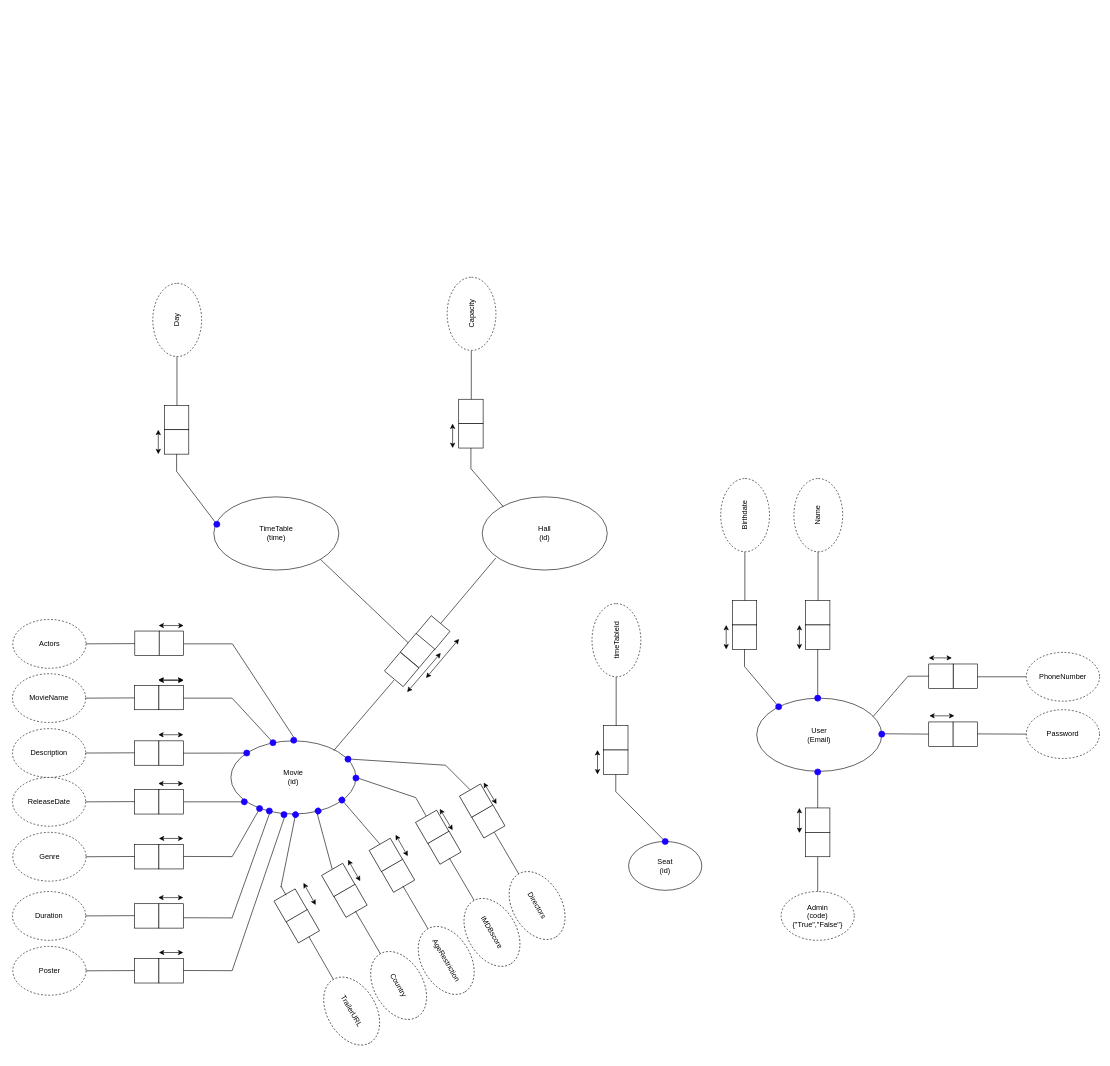
Before: ORM/cliMAX-ORM.drawio in Eduart2001/LINFO1212-2022-PF07, a draw.io diagram. Source tidied: cells renumbered, new cells numbered last; positions are measured from the earlier drawing's top-left corner, leaving out a move shared by most shapes. Both pictures are drawn from the tidied source at 61%, with x=0, y=0 at pixel (12, 289).
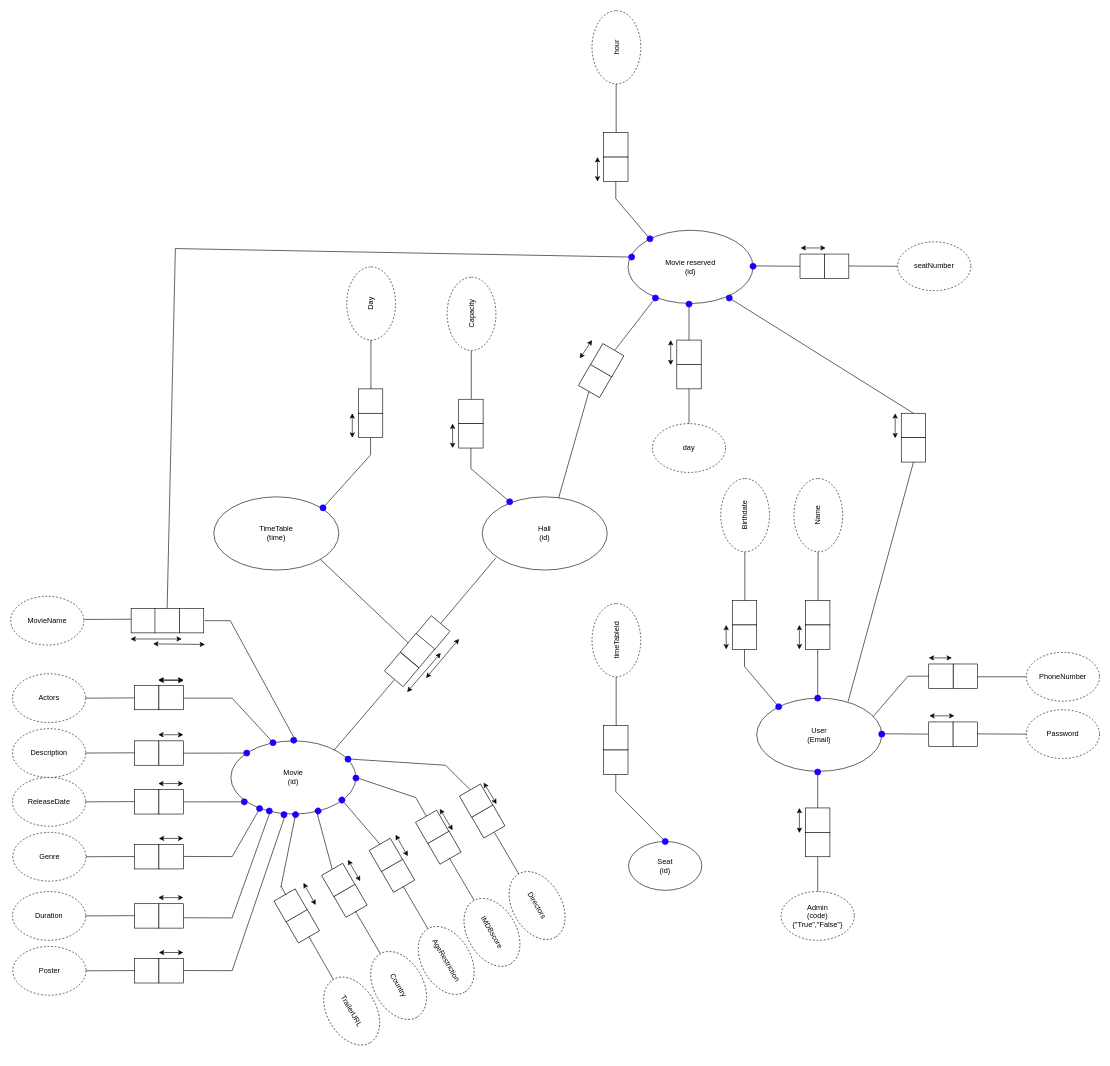
The same diagram, later.

The change refers to these unchanged cells:
```xml
<mxCell id="72" value="Hall&lt;br&gt;(id)" style="ellipse;whiteSpace=wrap;html=1;" parent="1" vertex="1">
  <mxGeometry x="770" y="340" width="205" height="120" as="geometry" />
</mxCell>
<mxCell id="73" value="User&lt;br&gt;(Email)" style="ellipse;whiteSpace=wrap;html=1;" parent="1" vertex="1">
  <mxGeometry x="1220" y="670" width="205" height="120" as="geometry" />
</mxCell>
<mxCell id="145" style="ellipse;whiteSpace=wrap;html=1;fillColor=#1900FF;strokeColor=#1900FF;" parent="1" vertex="1">
  <mxGeometry x="456" y="734" width="10" height="10" as="geometry" />
</mxCell>
```

Change to the diagram source:
```diff
@@
-    <mxCell id="12" value="MovieName" style="ellipse;whiteSpace=wrap;html=1;dashed=1;" parent="1" vertex="1">
+    <mxCell id="12" value="Actors" style="ellipse;whiteSpace=wrap;html=1;dashed=1;" parent="1" vertex="1">
       <mxGeometry y="630" width="120" height="80" as="geometry" />
     </mxCell>
@@
-    <mxCell id="120" style="endArrow=none;html=1;rounded=0;startArrow=none;" parent="1" edge="1">
+    <mxCell id="120" style="endArrow=none;html=1;rounded=0;startArrow=none;" parent="1" edge="1" source="243">
       <mxGeometry relative="1" as="geometry">
-        <mxPoint x="804.5" y="356" as="sourcePoint" />
         <mxPoint x="751.5" y="293.8" as="targetPoint" />
       </mxGeometry>
     </mxCell>
@@
     <mxCell id="136" style="endArrow=none;html=1;rounded=0;" parent="1" edge="1">
       <mxGeometry relative="1" as="geometry">
-        <mxPoint x="360.5" y="581" as="sourcePoint" />
-        <mxPoint x="280.5" y="581" as="targetPoint" />
+        <mxPoint x="357" y="543" as="sourcePoint" />
+        <mxPoint x="315" y="543" as="targetPoint" />
       </mxGeometry>
     </mxCell>
-    <mxCell id="137" style="group;" parent="1" vertex="1">
-      <mxGeometry x="200.5" y="560" width="80" height="40" as="geometry" />
-    </mxCell>
-    <mxCell id="138" style="rounded=0;whiteSpace=wrap;html=1;" parent="137" vertex="1">
-      <mxGeometry width="40" height="40" as="geometry" />
-    </mxCell>
-    <mxCell id="139" style="rounded=0;whiteSpace=wrap;html=1;" parent="137" vertex="1">
-      <mxGeometry x="40" width="40" height="40" as="geometry" />
-    </mxCell>
-    <mxCell id="140" value="Actors" style="ellipse;whiteSpace=wrap;html=1;dashed=1;" parent="1" vertex="1">
-      <mxGeometry x="0.5" y="541" width="120" height="80" as="geometry" />
+    <mxCell id="140" value="MovieName" style="ellipse;whiteSpace=wrap;html=1;dashed=1;" parent="1" vertex="1">
+      <mxGeometry x="-3" y="503" width="120" height="80" as="geometry" />
     </mxCell>
     <mxCell id="141" style="endArrow=none;html=1;rounded=0;" parent="1" edge="1">
       <mxGeometry relative="1" as="geometry">
-        <mxPoint x="200.5" y="580.6" as="sourcePoint" />
-        <mxPoint x="120.5" y="581" as="targetPoint" />
+        <mxPoint x="198" y="540.6" as="sourcePoint" />
+        <mxPoint x="118" y="541" as="targetPoint" />
       </mxGeometry>
     </mxCell>
     <mxCell id="142" style="endArrow=none;html=1;rounded=0;startArrow=none;exitX=0.5;exitY=0;exitDx=0;exitDy=0;" parent="1" edge="1" source="145">
       <mxGeometry relative="1" as="geometry">
-        <mxPoint x="360.5" y="581" as="targetPoint" />
+        <mxPoint x="357" y="543" as="targetPoint" />
       </mxGeometry>
     </mxCell>
-    <mxCell id="143" style="endArrow=classic;startArrow=classic;html=1;rounded=0;" parent="1" edge="1">
-      <mxGeometry relative="1" as="geometry">
-        <mxPoint x="239.5" y="551" as="sourcePoint" />
-        <mxPoint x="280.5" y="551" as="targetPoint" />
-      </mxGeometry>
-    </mxCell>
@@
-    <mxCell id="178" style="endArrow=classic;startArrow=classic;html=1;rounded=0;" parent="1" edge="1">
-      <mxGeometry relative="1" as="geometry">
-        <mxPoint x="959" y="795" as="sourcePoint" />
-        <mxPoint x="959" y="755" as="targetPoint" />
-      </mxGeometry>
-    </mxCell>
@@
     <mxCell id="184" style="group;rotation=90;" parent="1" vertex="1">
-      <mxGeometry x="229" y="210" width="80" height="40" as="geometry" />
+      <mxGeometry x="547" y="183" width="80" height="40" as="geometry" />
     </mxCell>
@@
     <mxCell id="187" style="endArrow=none;html=1;rounded=0;entryX=0;entryY=0.5;entryDx=0;entryDy=0;exitX=1;exitY=0.5;exitDx=0;exitDy=0;" parent="1" edge="1">
       <mxGeometry relative="1" as="geometry">
-        <mxPoint x="269.6" y="190" as="sourcePoint" />
-        <mxPoint x="269.6" y="110" as="targetPoint" />
+        <mxPoint x="587.6" y="163" as="sourcePoint" />
+        <mxPoint x="587.6" y="83" as="targetPoint" />
       </mxGeometry>
     </mxCell>
     <mxCell id="188" style="endArrow=classic;startArrow=classic;html=1;rounded=0;" parent="1" edge="1">
       <mxGeometry relative="1" as="geometry">
-        <mxPoint x="239" y="270" as="sourcePoint" />
-        <mxPoint x="239" y="230" as="targetPoint" />
+        <mxPoint x="557" y="243" as="sourcePoint" />
+        <mxPoint x="557" y="203" as="targetPoint" />
       </mxGeometry>
     </mxCell>
     <mxCell id="189" value="Day" style="ellipse;whiteSpace=wrap;html=1;rotation=-90;dashed=1;" parent="1" vertex="1">
-      <mxGeometry x="210" y="10" width="120" height="80" as="geometry" />
+      <mxGeometry x="528" y="-17" width="120" height="80" as="geometry" />
     </mxCell>
     <mxCell id="190" style="group;" parent="1" vertex="1">
-      <mxGeometry x="269" y="270" width="50" height="80" as="geometry" />
+      <mxGeometry x="587" y="243" width="50" height="80" as="geometry" />
     </mxCell>
@@
     <mxCell id="193" style="ellipse;whiteSpace=wrap;html=1;fillColor=#1900FF;strokeColor=#1900FF;" parent="1" vertex="1">
-      <mxGeometry x="330" y="380" width="10" height="10" as="geometry" />
+      <mxGeometry x="504" y="353" width="10" height="10" as="geometry" />
     </mxCell>
+    <mxCell id="194" value="Movie reserved&lt;br&gt;(id)" style="ellipse;whiteSpace=wrap;html=1;" parent="1" vertex="1">
+      <mxGeometry x="1009" y="-97" width="205" height="120" as="geometry" />
+    </mxCell>
+    <mxCell id="195" style="endArrow=none;html=1;rounded=0;entryX=0;entryY=0.5;entryDx=0;entryDy=0;" parent="1" edge="1" target="138">
+      <mxGeometry relative="1" as="geometry">
+        <mxPoint x="1214" y="-38.6" as="sourcePoint" />
+      </mxGeometry>
+    </mxCell>
+    <mxCell id="196" style="group;" parent="1" vertex="1">
+      <mxGeometry x="1291" y="-58" width="80" height="40" as="geometry" />
+    </mxCell>
+    <mxCell id="138" style="rounded=0;whiteSpace=wrap;html=1;" parent="196" vertex="1">
+      <mxGeometry width="40" height="40" as="geometry" />
+    </mxCell>
+    <mxCell id="139" style="rounded=0;whiteSpace=wrap;html=1;" parent="196" vertex="1">
+      <mxGeometry x="40" width="40" height="40" as="geometry" />
+    </mxCell>
+    <mxCell id="197" value="seatNumber" style="ellipse;whiteSpace=wrap;html=1;dashed=1;" parent="1" vertex="1">
+      <mxGeometry x="1451" y="-78" width="120" height="80" as="geometry" />
+    </mxCell>
+    <mxCell id="198" style="endArrow=none;html=1;rounded=0;" parent="1" edge="1">
+      <mxGeometry relative="1" as="geometry">
+        <mxPoint x="1371" y="-38.4" as="sourcePoint" />
+        <mxPoint x="1451" y="-38" as="targetPoint" />
+      </mxGeometry>
+    </mxCell>
+    <mxCell id="199" style="endArrow=classic;startArrow=classic;html=1;rounded=0;" parent="1" edge="1">
+      <mxGeometry relative="1" as="geometry">
+        <mxPoint x="1292" y="-68" as="sourcePoint" />
+        <mxPoint x="1333" y="-68" as="targetPoint" />
+      </mxGeometry>
+    </mxCell>
+    <mxCell id="200" style="ellipse;whiteSpace=wrap;html=1;fillColor=#1900FF;strokeColor=#1900FF;" parent="1" vertex="1">
+      <mxGeometry x="1209" y="-43" width="10" height="10" as="geometry" />
+    </mxCell>
+    <mxCell id="201" style="group;rotation=-270;" parent="1" vertex="1">
+      <mxGeometry x="1069" y="103" width="80" height="40" as="geometry" />
+    </mxCell>
+    <mxCell id="202" style="rounded=0;whiteSpace=wrap;html=1;rotation=-270;" parent="201" vertex="1">
+      <mxGeometry x="20" y="-20" width="40" height="40" as="geometry" />
+    </mxCell>
+    <mxCell id="203" style="rounded=0;whiteSpace=wrap;html=1;rotation=-270;" parent="201" vertex="1">
+      <mxGeometry x="20" y="20" width="40" height="40" as="geometry" />
+    </mxCell>
+    <mxCell id="204" style="endArrow=none;html=1;rounded=0;entryX=1;entryY=0.5;entryDx=0;entryDy=0;" parent="1" edge="1" target="203">
+      <mxGeometry relative="1" as="geometry">
+        <mxPoint x="1109" y="223" as="sourcePoint" />
+      </mxGeometry>
+    </mxCell>
+    <mxCell id="205" style="endArrow=none;html=1;rounded=0;startArrow=none;" parent="1" edge="1" source="218">
+      <mxGeometry relative="1" as="geometry">
+        <mxPoint x="1109" y="24" as="targetPoint" />
+      </mxGeometry>
+    </mxCell>
+    <mxCell id="206" style="endArrow=classic;startArrow=classic;html=1;rounded=0;" parent="1" edge="1">
+      <mxGeometry relative="1" as="geometry">
+        <mxPoint x="1079" y="124" as="sourcePoint" />
+        <mxPoint x="1079" y="83" as="targetPoint" />
+      </mxGeometry>
+    </mxCell>
+    <mxCell id="207" style="group;rotation=90;" parent="1" vertex="1">
+      <mxGeometry x="949" y="-237" width="80" height="40" as="geometry" />
+    </mxCell>
+    <mxCell id="208" style="rounded=0;whiteSpace=wrap;html=1;rotation=90;" parent="207" vertex="1">
+      <mxGeometry x="20" y="-20" width="40" height="40" as="geometry" />
+    </mxCell>
+    <mxCell id="209" style="rounded=0;whiteSpace=wrap;html=1;rotation=90;" parent="207" vertex="1">
+      <mxGeometry x="20" y="20" width="40" height="40" as="geometry" />
+    </mxCell>
+    <mxCell id="210" style="endArrow=none;html=1;rounded=0;entryX=0;entryY=0.5;entryDx=0;entryDy=0;exitX=1;exitY=0.5;exitDx=0;exitDy=0;" parent="1" edge="1">
+      <mxGeometry relative="1" as="geometry">
+        <mxPoint x="989.6" y="-257" as="sourcePoint" />
+        <mxPoint x="989.6" y="-337" as="targetPoint" />
+      </mxGeometry>
+    </mxCell>
+    <mxCell id="211" style="endArrow=classic;startArrow=classic;html=1;rounded=0;" parent="1" edge="1">
+      <mxGeometry relative="1" as="geometry">
+        <mxPoint x="959" y="-177" as="sourcePoint" />
+        <mxPoint x="959" y="-217" as="targetPoint" />
+      </mxGeometry>
+    </mxCell>
+    <mxCell id="212" value="hour" style="ellipse;whiteSpace=wrap;html=1;rotation=-90;dashed=1;" parent="1" vertex="1">
+      <mxGeometry x="930" y="-437" width="120" height="80" as="geometry" />
+    </mxCell>
+    <mxCell id="213" style="group;" parent="1" vertex="1">
+      <mxGeometry x="989" y="-177" width="50" height="80" as="geometry" />
+    </mxCell>
+    <mxCell id="214" style="endArrow=none;html=1;rounded=0;startArrow=none;" parent="213" edge="1" source="216">
+      <mxGeometry relative="1" as="geometry">
+        <mxPoint y="28.2" as="targetPoint" />
+      </mxGeometry>
+    </mxCell>
+    <mxCell id="215" style="endArrow=none;html=1;rounded=0;" parent="213" edge="1">
+      <mxGeometry relative="1" as="geometry">
+        <mxPoint y="28.3" as="sourcePoint" />
+        <mxPoint as="targetPoint" />
+      </mxGeometry>
+    </mxCell>
+    <mxCell id="216" style="ellipse;whiteSpace=wrap;html=1;fillColor=#1900FF;strokeColor=#1900FF;" parent="1" vertex="1">
+      <mxGeometry x="1040" y="-88" width="10" height="10" as="geometry" />
+    </mxCell>
+    <mxCell id="217" value="day" style="ellipse;whiteSpace=wrap;html=1;dashed=1;" parent="1" vertex="1">
+      <mxGeometry x="1049" y="220" width="120" height="80" as="geometry" />
+    </mxCell>
+    <mxCell id="218" style="ellipse;whiteSpace=wrap;html=1;fillColor=#1900FF;strokeColor=#1900FF;" parent="1" vertex="1">
+      <mxGeometry x="1104" y="19" width="10" height="10" as="geometry" />
+    </mxCell>
+    <mxCell id="219" style="endArrow=none;html=1;rounded=0;" parent="1" edge="1" target="218">
+      <mxGeometry relative="1" as="geometry">
+        <mxPoint x="1109" y="83" as="sourcePoint" />
+      </mxGeometry>
+    </mxCell>
+    <mxCell id="220" style="ellipse;whiteSpace=wrap;html=1;fillColor=#1900FF;strokeColor=#1900FF;" parent="1" vertex="1">
+      <mxGeometry x="1049" y="9" width="10" height="10" as="geometry" />
+    </mxCell>
+    <mxCell id="221" style="group;rotation=-270;" parent="1" vertex="1">
+      <mxGeometry x="1437" y="223" width="80" height="40" as="geometry" />
+    </mxCell>
+    <mxCell id="222" style="rounded=0;whiteSpace=wrap;html=1;rotation=-270;" parent="221" vertex="1">
+      <mxGeometry x="20" y="-20" width="40" height="40" as="geometry" />
+    </mxCell>
+    <mxCell id="223" style="rounded=0;whiteSpace=wrap;html=1;rotation=-270;" parent="221" vertex="1">
+      <mxGeometry x="20" y="20" width="40" height="40" as="geometry" />
+    </mxCell>
+    <mxCell id="224" style="endArrow=none;html=1;rounded=0;entryX=1;entryY=0.5;entryDx=0;entryDy=0;exitX=0.731;exitY=0.046;exitDx=0;exitDy=0;exitPerimeter=0;" parent="1" edge="1" source="73" target="223">
+      <mxGeometry relative="1" as="geometry" />
+    </mxCell>
+    <mxCell id="225" style="endArrow=classic;startArrow=classic;html=1;rounded=0;" parent="1" edge="1">
+      <mxGeometry relative="1" as="geometry">
+        <mxPoint x="1447" y="244" as="sourcePoint" />
+        <mxPoint x="1447" y="203" as="targetPoint" />
+      </mxGeometry>
+    </mxCell>
+    <mxCell id="226" style="ellipse;whiteSpace=wrap;html=1;fillColor=#1900FF;strokeColor=#1900FF;" parent="1" vertex="1">
+      <mxGeometry x="1170" y="9" width="10" height="10" as="geometry" />
+    </mxCell>
+    <mxCell id="227" style="endArrow=none;html=1;rounded=0;" parent="1" edge="1" target="226">
+      <mxGeometry relative="1" as="geometry">
+        <mxPoint x="1477" y="203" as="sourcePoint" />
+      </mxGeometry>
+    </mxCell>
+    <mxCell id="228" style="group;rotation=0;" parent="1" vertex="1">
+      <mxGeometry x="194.5" y="503" width="121" height="60" as="geometry" />
+    </mxCell>
+    <mxCell id="229" style="rounded=0;whiteSpace=wrap;html=1;rotation=0;" parent="228" vertex="1">
+      <mxGeometry y="20" width="40" height="40" as="geometry" />
+    </mxCell>
+    <mxCell id="230" style="rounded=0;whiteSpace=wrap;html=1;rotation=0;" parent="228" vertex="1">
+      <mxGeometry x="39" y="20" width="40" height="40" as="geometry" />
+    </mxCell>
+    <mxCell id="231" style="rounded=0;whiteSpace=wrap;html=1;rotation=0;" parent="228" vertex="1">
+      <mxGeometry x="79" y="20" width="40" height="40" as="geometry" />
+    </mxCell>
+    <mxCell id="232" style="endArrow=classic;startArrow=classic;html=1;rounded=0;" parent="1" edge="1">
+      <mxGeometry relative="1" as="geometry">
+        <mxPoint x="230.5" y="581" as="sourcePoint" />
+        <mxPoint x="315.5" y="582" as="targetPoint" />
+      </mxGeometry>
+    </mxCell>
+    <mxCell id="233" style="endArrow=classic;startArrow=classic;html=1;rounded=0;" parent="1" edge="1">
+      <mxGeometry relative="1" as="geometry">
+        <mxPoint x="193.5" y="573" as="sourcePoint" />
+        <mxPoint x="277.5" y="573" as="targetPoint" />
+      </mxGeometry>
+    </mxCell>
+    <mxCell id="234" style="endArrow=none;html=1;rounded=0;startArrow=none;exitX=0.5;exitY=0;exitDx=0;exitDy=0;" parent="1" edge="1" source="230">
+      <mxGeometry relative="1" as="geometry">
+        <mxPoint x="267" y="-67" as="targetPoint" />
+      </mxGeometry>
+    </mxCell>
+    <mxCell id="235" style="endArrow=none;html=1;rounded=0;startArrow=none;exitX=0.025;exitY=0.366;exitDx=0;exitDy=0;exitPerimeter=0;" parent="1" edge="1" source="194">
+      <mxGeometry relative="1" as="geometry">
+        <mxPoint x="267" y="-67" as="targetPoint" />
+      </mxGeometry>
+    </mxCell>
+    <mxCell id="236" style="ellipse;whiteSpace=wrap;html=1;fillColor=#1900FF;strokeColor=#1900FF;" parent="1" vertex="1">
+      <mxGeometry x="1010" y="-58" width="10" height="10" as="geometry" />
+    </mxCell>
+    <mxCell id="237" style="group;rotation=-60;" parent="1" vertex="1">
+      <mxGeometry x="925" y="113" width="80" height="40" as="geometry" />
+    </mxCell>
+    <mxCell id="238" style="rounded=0;whiteSpace=wrap;html=1;rotation=-60;" parent="237" vertex="1">
+      <mxGeometry x="10" y="17" width="40" height="40" as="geometry" />
+    </mxCell>
+    <mxCell id="239" style="rounded=0;whiteSpace=wrap;html=1;rotation=-60;" parent="237" vertex="1">
+      <mxGeometry x="30" y="-17" width="40" height="40" as="geometry" />
+    </mxCell>
+    <mxCell id="240" style="endArrow=classic;startArrow=classic;html=1;rounded=0;" parent="1" edge="1">
+      <mxGeometry relative="1" as="geometry">
+        <mxPoint x="930" y="113" as="sourcePoint" />
+        <mxPoint x="950" y="83" as="targetPoint" />
+      </mxGeometry>
+    </mxCell>
+    <mxCell id="241" style="endArrow=none;html=1;rounded=0;entryX=1.032;entryY=0.566;entryDx=0;entryDy=0;entryPerimeter=0;" parent="1" edge="1" source="220" target="239">
+      <mxGeometry relative="1" as="geometry" />
+    </mxCell>
+    <mxCell id="242" style="endArrow=none;html=1;rounded=0;entryX=0.611;entryY=0.015;entryDx=0;entryDy=0;entryPerimeter=0;exitX=0;exitY=0.5;exitDx=0;exitDy=0;" parent="1" edge="1" source="238" target="72">
+      <mxGeometry relative="1" as="geometry" />
+    </mxCell>
+    <mxCell id="243" style="ellipse;whiteSpace=wrap;html=1;fillColor=#1900FF;strokeColor=#1900FF;" parent="1" vertex="1">
+      <mxGeometry x="810" y="343" width="10" height="10" as="geometry" />
+    </mxCell>
```
